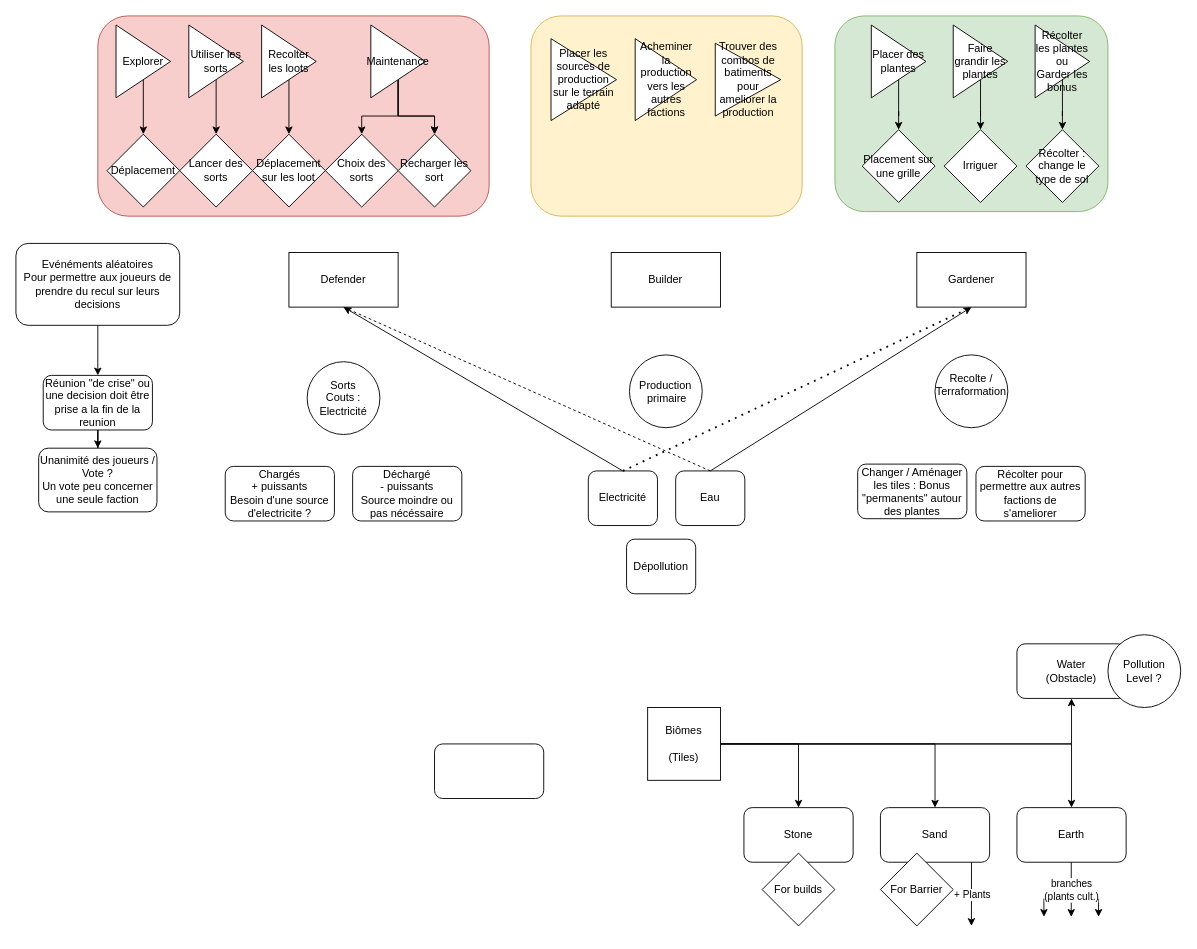
Above: Untitled Diagram.drawio in JulienAldon/AsymetricCoop (draw.io), before the change. Source tidied: cells renumbered, new cells numbered last; positions are measured from the earlier drawing's top-left corner, leaving out a move shared by most shapes. Both pictures are drawn from the tidied source at 91%, with x=0, y=0 at pixel (15, 15).
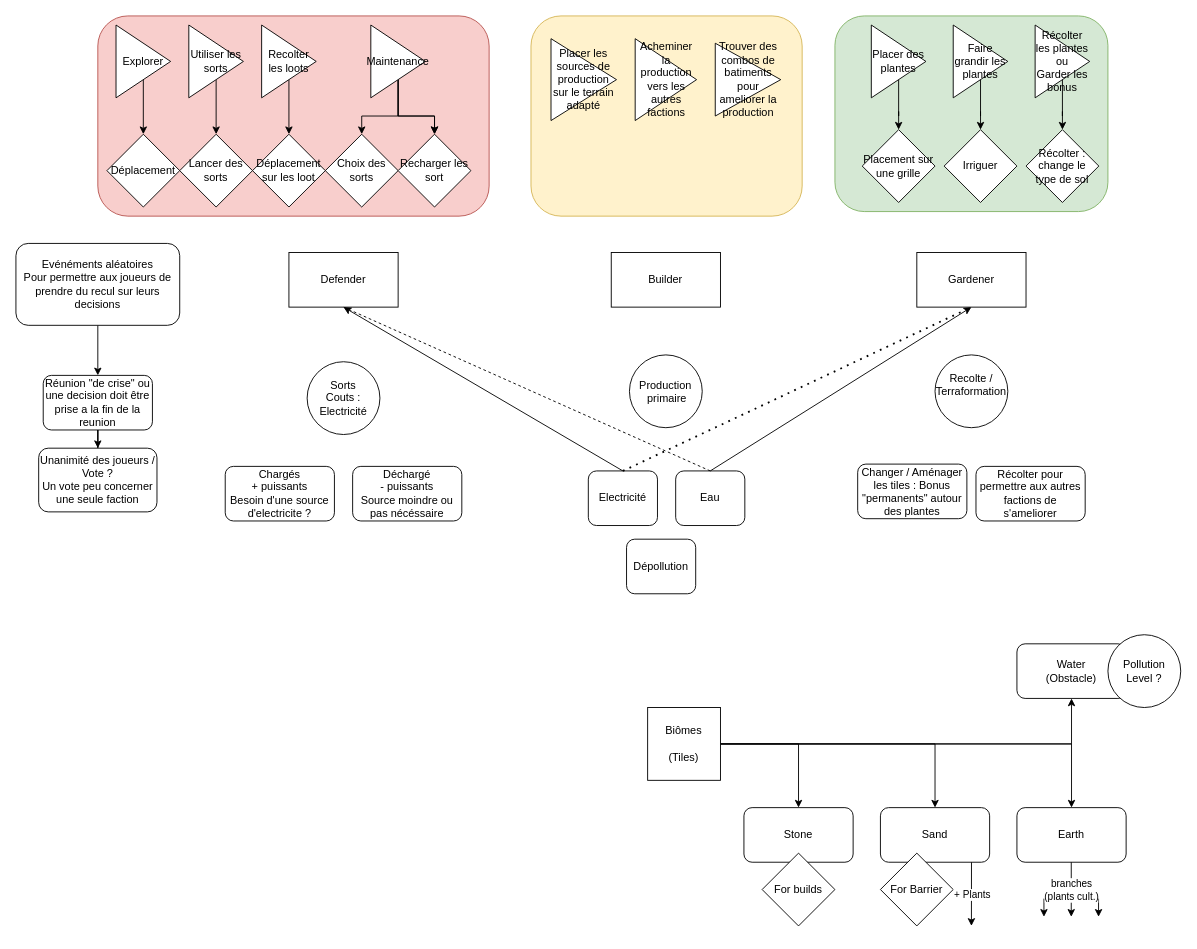
After the change.

Diff of the diagram source:
```diff
@@
-    <mxCell id="57" style="rounded=1;whiteSpace=wrap;html=1;" parent="1" vertex="1">
-      <mxGeometry x="460" y="800" width="120" height="60" as="geometry" />
-    </mxCell>
```
